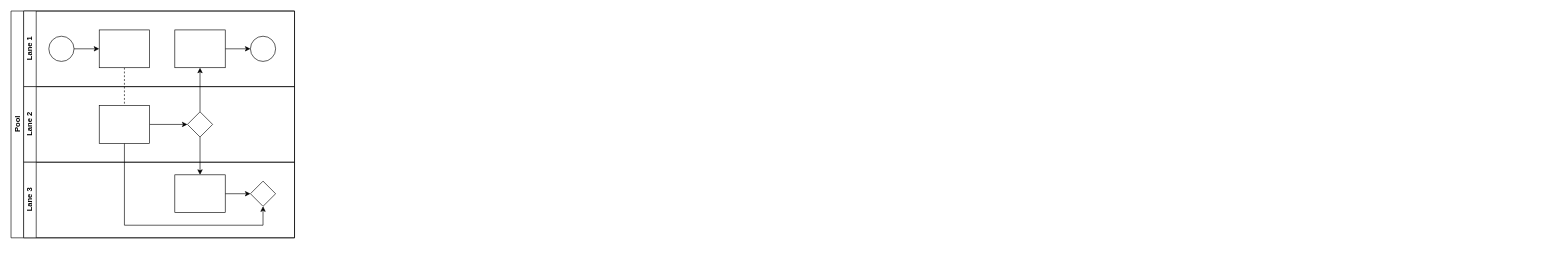
Before: Untitled Diagram.drawio in focusonmee/Java-Core, a draw.io diagram. Source tidied: cells renumbered, new cells numbered last; positions are measured from the earlier drawing's top-left corner, leaving out a move shared by most shapes. Both pictures are drawn from the tidied source at 63%, with x=0, y=0 at pixel (11, 11).
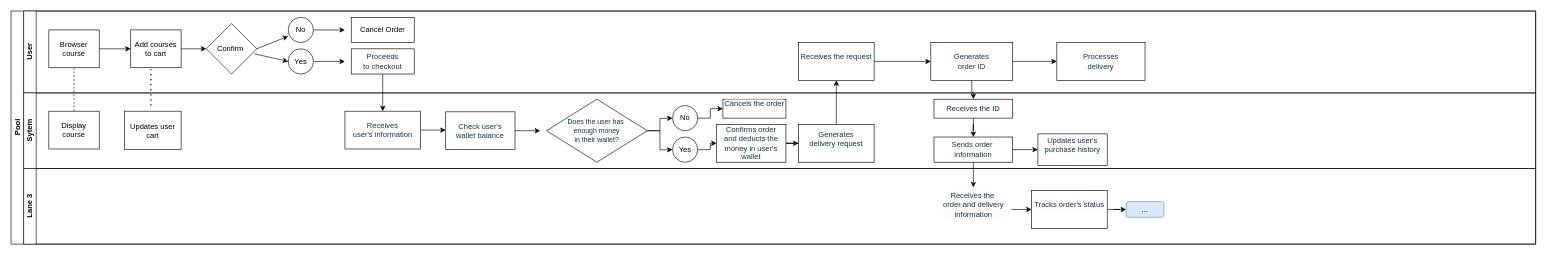
Above is the later version.

What changed in the source:
```diff
@@
     <mxCell id="2" value="Pool" style="swimlane;html=1;horizontal=0;startSize=20;" parent="1" vertex="1">
-      <mxGeometry width="450" height="360" as="geometry" />
+      <mxGeometry width="2420" height="370" as="geometry" />
     </mxCell>
@@
-    <mxCell id="4" style="edgeStyle=orthogonalEdgeStyle;rounded=0;jettySize=auto;html=1;endArrow=classic;endFill=1;" parent="2" edge="1" source="17" target="12">
-      <mxGeometry relative="1" as="geometry" />
-    </mxCell>
-    <mxCell id="5" style="edgeStyle=orthogonalEdgeStyle;rounded=0;jettySize=auto;html=1;endArrow=classic;endFill=1;" parent="2" edge="1" source="17" target="20">
-      <mxGeometry relative="1" as="geometry" />
-    </mxCell>
-    <mxCell id="6" style="edgeStyle=orthogonalEdgeStyle;rounded=0;jettySize=auto;html=1;endArrow=classic;endFill=1;" parent="2" edge="1" source="16" target="21">
-      <mxGeometry relative="1" as="geometry">
-        <Array as="points">
-          <mxPoint x="180" y="340" />
-          <mxPoint x="400" y="340" />
-        </Array>
-      </mxGeometry>
-    </mxCell>
-    <mxCell id="7" value="Lane 1" style="swimlane;html=1;startSize=20;horizontal=0;" parent="2" vertex="1">
-      <mxGeometry x="20" width="430" height="120" as="geometry" />
+    <mxCell id="7" value="User" style="swimlane;html=1;startSize=20;horizontal=0;" parent="2" vertex="1">
+      <mxGeometry x="20" width="2400" height="130" as="geometry" />
     </mxCell>
-    <mxCell id="8" style="edgeStyle=orthogonalEdgeStyle;rounded=0;jettySize=auto;html=1;" parent="7" edge="1" source="9" target="10">
-      <mxGeometry relative="1" as="geometry" />
-    </mxCell>
-    <mxCell id="9" style="ellipse;whiteSpace=wrap;html=1;" parent="7" vertex="1">
-      <mxGeometry x="40" y="40" width="40" height="40" as="geometry" />
-    </mxCell>
+    <mxCell id="22" style="edgeStyle=orthogonalEdgeStyle;rounded=0;jettySize=auto;html=1;exitX=1;exitY=0.5;exitDx=0;exitDy=0;entryX=0;entryY=0.5;entryDx=0;entryDy=0;" parent="7" edge="1" source="10" target="12">
+      <mxGeometry relative="1" as="geometry" />
+    </mxCell>
-    <mxCell id="10" style="rounded=0;whiteSpace=wrap;html=1;fontFamily=Helvetica;fontSize=12;fontColor=#000000;align=center;" parent="7" vertex="1">
-      <mxGeometry x="120" y="30" width="80" height="60" as="geometry" />
+    <mxCell id="10" value="Browser course" style="rounded=0;whiteSpace=wrap;html=1;fontFamily=Helvetica;fontSize=12;fontColor=#000000;align=center;" parent="7" vertex="1">
+      <mxGeometry x="40" y="30" width="80" height="60" as="geometry" />
     </mxCell>
-    <mxCell id="11" style="edgeStyle=orthogonalEdgeStyle;rounded=0;jettySize=auto;html=1;endArrow=classic;endFill=1;" parent="7" edge="1" source="12" target="13">
-      <mxGeometry relative="1" as="geometry" />
-    </mxCell>
-    <mxCell id="12" style="rounded=0;whiteSpace=wrap;html=1;fontFamily=Helvetica;fontSize=12;fontColor=#000000;align=center;" parent="7" vertex="1">
-      <mxGeometry x="240" y="30" width="80" height="60" as="geometry" />
+    <mxCell id="12" value="Add courses to cart" style="rounded=0;whiteSpace=wrap;html=1;fontFamily=Helvetica;fontSize=12;fontColor=#000000;align=center;" parent="7" vertex="1">
+      <mxGeometry x="170" y="30" width="80" height="60" as="geometry" />
     </mxCell>
-    <mxCell id="13" style="ellipse;whiteSpace=wrap;html=1;" parent="7" vertex="1">
-      <mxGeometry x="360" y="40" width="40" height="40" as="geometry" />
-    </mxCell>
+    <mxCell id="23" value="Confirm&amp;nbsp;" style="rhombus;whiteSpace=wrap;html=1;" parent="7" vertex="1">
+      <mxGeometry x="290" y="20" width="80" height="80" as="geometry" />
+    </mxCell>
+    <mxCell id="24" value="No" style="ellipse;whiteSpace=wrap;html=1;" parent="7" vertex="1">
+      <mxGeometry x="420" y="10" width="40" height="40" as="geometry" />
+    </mxCell>
+    <mxCell id="25" value="Yes" style="ellipse;whiteSpace=wrap;html=1;" parent="7" vertex="1">
+      <mxGeometry x="420" y="60" width="40" height="40" as="geometry" />
+    </mxCell>
+    <mxCell id="26" value="Cancel Order" style="rounded=0;whiteSpace=wrap;html=1;" parent="7" vertex="1">
+      <mxGeometry x="520" y="10" width="100" height="40" as="geometry" />
+    </mxCell>
+    <mxCell id="27" value="&lt;span style=&quot;color: rgb(20, 54, 66);&quot;&gt;Proceeds&lt;/span&gt;&lt;div style=&quot;color: rgb(20, 54, 66);&quot;&gt;to checkout&lt;/div&gt;" style="rounded=0;whiteSpace=wrap;html=1;" parent="7" vertex="1">
+      <mxGeometry x="520" y="60" width="100" height="40" as="geometry" />
+    </mxCell>
+    <mxCell id="28" value="&#10;&lt;span style=&quot;color: rgb(20, 54, 66); font-family: Helvetica; font-size: 12px; font-style: normal; font-variant-ligatures: normal; font-variant-caps: normal; font-weight: 400; letter-spacing: normal; orphans: 2; text-align: center; text-indent: 0px; text-transform: none; widows: 2; word-spacing: 0px; -webkit-text-stroke-width: 0px; white-space: normal; background-color: rgb(251, 251, 251); text-decoration-thickness: initial; text-decoration-style: initial; text-decoration-color: initial; display: inline !important; float: none;&quot;&gt;Receives the request&lt;/span&gt;&#10;&#10;" style="rounded=0;whiteSpace=wrap;html=1;" parent="7" vertex="1">
+      <mxGeometry x="1230" y="50" width="120" height="60" as="geometry" />
+    </mxCell>
+    <mxCell id="29" value="&lt;span style=&quot;color: rgb(20, 54, 66);&quot;&gt;Generates&lt;/span&gt;&lt;div style=&quot;color: rgb(20, 54, 66);&quot;&gt;order ID&lt;/div&gt;" style="rounded=0;whiteSpace=wrap;html=1;" parent="7" vertex="1">
+      <mxGeometry x="1440" y="50" width="130" height="60" as="geometry" />
+    </mxCell>
+    <mxCell id="30" style="edgeStyle=orthogonalEdgeStyle;rounded=0;jettySize=auto;html=1;" parent="7" edge="1" source="28" target="29">
+      <mxGeometry relative="1" as="geometry" />
+    </mxCell>
+    <mxCell id="31" value="&lt;span style=&quot;color: rgb(20, 54, 66);&quot;&gt;Processes&lt;/span&gt;&lt;div style=&quot;color: rgb(20, 54, 66);&quot;&gt;delivery&lt;/div&gt;" style="rounded=0;whiteSpace=wrap;html=1;" parent="7" vertex="1">
+      <mxGeometry x="1640" y="50" width="140" height="60" as="geometry" />
+    </mxCell>
+    <mxCell id="32" style="edgeStyle=orthogonalEdgeStyle;rounded=0;jettySize=auto;html=1;" parent="7" edge="1" source="29" target="31">
+      <mxGeometry relative="1" as="geometry" />
+    </mxCell>
-    <mxCell id="14" value="Lane 2" style="swimlane;html=1;startSize=20;horizontal=0;" parent="2" vertex="1">
-      <mxGeometry x="20" y="120" width="430" height="120" as="geometry" />
+    <mxCell id="14" value="Sytem" style="swimlane;html=1;startSize=20;horizontal=0;" parent="2" vertex="1">
+      <mxGeometry x="20" y="130" width="2400" height="120" as="geometry" />
     </mxCell>
-    <mxCell id="15" style="edgeStyle=orthogonalEdgeStyle;rounded=0;jettySize=auto;html=1;endArrow=classic;endFill=1;" parent="14" edge="1" source="16" target="17">
-      <mxGeometry relative="1" as="geometry" />
-    </mxCell>
-    <mxCell id="16" style="rounded=0;whiteSpace=wrap;html=1;fontFamily=Helvetica;fontSize=12;fontColor=#000000;align=center;" parent="14" vertex="1">
-      <mxGeometry x="120" y="30" width="80" height="60" as="geometry" />
+    <mxCell id="16" value="Display course" style="rounded=0;whiteSpace=wrap;html=1;fontFamily=Helvetica;fontSize=12;fontColor=#000000;align=center;" parent="14" vertex="1">
+      <mxGeometry x="40" y="29" width="80" height="60" as="geometry" />
     </mxCell>
-    <mxCell id="17" style="rhombus;whiteSpace=wrap;html=1;fontFamily=Helvetica;fontSize=12;fontColor=#000000;align=center;" parent="14" vertex="1">
-      <mxGeometry x="260" y="40" width="40" height="40" as="geometry" />
-    </mxCell>
+    <mxCell id="33" value="Updates user cart" style="rounded=0;whiteSpace=wrap;html=1;" parent="14" vertex="1">
+      <mxGeometry x="160" y="29" width="90" height="61" as="geometry" />
+    </mxCell>
+    <mxCell id="34" style="edgeStyle=orthogonalEdgeStyle;rounded=0;jettySize=auto;html=1;" parent="14" edge="1" source="35">
+      <mxGeometry relative="1" as="geometry">
+        <mxPoint x="670" y="59" as="targetPoint" />
+      </mxGeometry>
+    </mxCell>
+    <mxCell id="35" value="&lt;span style=&quot;color: rgb(20, 54, 66);&quot;&gt;Receives&lt;/span&gt;&lt;div style=&quot;color: rgb(20, 54, 66);&quot;&gt;user's information&lt;/div&gt;" style="rounded=0;whiteSpace=wrap;html=1;" parent="14" vertex="1">
+      <mxGeometry x="510" y="29" width="120" height="60" as="geometry" />
+    </mxCell>
+    <mxCell id="36" style="edgeStyle=orthogonalEdgeStyle;rounded=0;jettySize=auto;html=1;" parent="14" edge="1" source="37">
+      <mxGeometry relative="1" as="geometry">
+        <mxPoint x="820" y="60" as="targetPoint" />
+      </mxGeometry>
+    </mxCell>
+    <mxCell id="37" value="&lt;span style=&quot;color: rgb(20, 54, 66);&quot;&gt;Check user's&lt;/span&gt;&lt;div style=&quot;color: rgb(20, 54, 66);&quot;&gt;wallet balance&lt;/div&gt;" style="rounded=0;whiteSpace=wrap;html=1;" parent="14" vertex="1">
+      <mxGeometry x="670" y="30" width="110" height="60" as="geometry" />
+    </mxCell>
+    <mxCell id="38" style="edgeStyle=orthogonalEdgeStyle;rounded=0;jettySize=auto;html=1;exitX=1;exitY=0.5;exitDx=0;exitDy=0;" parent="14" edge="1" source="40">
+      <mxGeometry relative="1" as="geometry">
+        <mxPoint x="1030" y="40" as="targetPoint" />
+      </mxGeometry>
+    </mxCell>
+    <mxCell id="39" style="edgeStyle=orthogonalEdgeStyle;rounded=0;jettySize=auto;html=1;exitX=1;exitY=0.5;exitDx=0;exitDy=0;" parent="14" edge="1" source="40">
+      <mxGeometry relative="1" as="geometry">
+        <mxPoint x="1030" y="90" as="targetPoint" />
+      </mxGeometry>
+    </mxCell>
+    <mxCell id="40" value="&lt;font style=&quot;color: rgb(20, 54, 66); font-size: 11px;&quot;&gt;Does the user has&amp;nbsp;&lt;/font&gt;&lt;div style=&quot;color: rgb(20, 54, 66);&quot;&gt;&lt;font style=&quot;font-size: 11px;&quot;&gt;enough money&lt;/font&gt;&lt;/div&gt;&lt;div style=&quot;color: rgb(20, 54, 66);&quot;&gt;&lt;font style=&quot;font-size: 11px;&quot;&gt;in their wallet?&lt;/font&gt;&lt;/div&gt;" style="rhombus;whiteSpace=wrap;html=1;" parent="14" vertex="1">
+      <mxGeometry x="830" y="10" width="160" height="100" as="geometry" />
+    </mxCell>
+    <mxCell id="41" value="No" style="ellipse;whiteSpace=wrap;html=1;" parent="14" vertex="1">
+      <mxGeometry x="1030" y="20" width="40" height="40" as="geometry" />
+    </mxCell>
+    <mxCell id="42" value="Yes" style="ellipse;whiteSpace=wrap;html=1;" parent="14" vertex="1">
+      <mxGeometry x="1030" y="70" width="40" height="40" as="geometry" />
+    </mxCell>
+    <mxCell id="43" value="&#10;&lt;span style=&quot;color: rgb(20, 54, 66); font-family: Helvetica; font-size: 12px; font-style: normal; font-variant-ligatures: normal; font-variant-caps: normal; font-weight: 400; letter-spacing: normal; orphans: 2; text-align: center; text-indent: 0px; text-transform: none; widows: 2; word-spacing: 0px; -webkit-text-stroke-width: 0px; white-space: normal; background-color: rgb(251, 251, 251); text-decoration-thickness: initial; text-decoration-style: initial; text-decoration-color: initial; display: inline !important; float: none;&quot;&gt;Generates&lt;/span&gt;&lt;div style=&quot;forced-color-adjust: none; color: rgb(20, 54, 66); font-family: Helvetica; font-size: 12px; font-style: normal; font-variant-ligatures: normal; font-variant-caps: normal; font-weight: 400; letter-spacing: normal; orphans: 2; text-align: center; text-indent: 0px; text-transform: none; widows: 2; word-spacing: 0px; -webkit-text-stroke-width: 0px; white-space: normal; background-color: rgb(251, 251, 251); text-decoration-thickness: initial; text-decoration-style: initial; text-decoration-color: initial;&quot;&gt;delivery&amp;nbsp;&lt;span style=&quot;forced-color-adjust: none; background-color: transparent; color: light-dark(rgb(20, 54, 66), rgb(173, 202, 213));&quot;&gt;request&lt;/span&gt;&lt;/div&gt;&#10;&#10;" style="rounded=0;whiteSpace=wrap;html=1;" parent="14" vertex="1">
+      <mxGeometry x="1230" y="50" width="120" height="60" as="geometry" />
+    </mxCell>
+    <mxCell id="44" value="&lt;span style=&quot;color: rgb(20, 54, 66);&quot;&gt;Receives the ID&lt;/span&gt;" style="rounded=0;whiteSpace=wrap;html=1;" parent="14" vertex="1">
+      <mxGeometry x="1445" y="10" width="125" height="30" as="geometry" />
+    </mxCell>
+    <mxCell id="45" value="&lt;span style=&quot;color: rgb(20, 54, 66);&quot;&gt;Sends order&amp;nbsp;&lt;/span&gt;&lt;div style=&quot;color: rgb(20, 54, 66);&quot;&gt;information&lt;/div&gt;" style="rounded=0;whiteSpace=wrap;html=1;" parent="14" vertex="1">
+      <mxGeometry x="1445" y="70" width="125" height="40" as="geometry" />
+    </mxCell>
+    <mxCell id="46" style="edgeStyle=orthogonalEdgeStyle;rounded=0;jettySize=auto;html=1;" parent="14" edge="1" source="44" target="45">
+      <mxGeometry relative="1" as="geometry" />
+    </mxCell>
+    <mxCell id="47" value="&#10;&lt;span style=&quot;color: rgb(20, 54, 66); font-family: Helvetica; font-size: 12px; font-style: normal; font-variant-ligatures: normal; font-variant-caps: normal; font-weight: 400; letter-spacing: normal; orphans: 2; text-align: center; text-indent: 0px; text-transform: none; widows: 2; word-spacing: 0px; -webkit-text-stroke-width: 0px; white-space: normal; background-color: rgb(251, 251, 251); text-decoration-thickness: initial; text-decoration-style: initial; text-decoration-color: initial; display: inline !important; float: none;&quot;&gt;Updates user's&lt;/span&gt;&lt;div style=&quot;forced-color-adjust: none; color: rgb(20, 54, 66); font-family: Helvetica; font-size: 12px; font-style: normal; font-variant-ligatures: normal; font-variant-caps: normal; font-weight: 400; letter-spacing: normal; orphans: 2; text-align: center; text-indent: 0px; text-transform: none; widows: 2; word-spacing: 0px; -webkit-text-stroke-width: 0px; white-space: normal; background-color: rgb(251, 251, 251); text-decoration-thickness: initial; text-decoration-style: initial; text-decoration-color: initial;&quot;&gt;purchase history&lt;/div&gt;&#10;&#10;" style="rounded=0;whiteSpace=wrap;html=1;" parent="14" vertex="1">
+      <mxGeometry x="1610" y="65" width="110" height="50" as="geometry" />
+    </mxCell>
+    <mxCell id="48" style="edgeStyle=orthogonalEdgeStyle;rounded=0;jettySize=auto;html=1;" parent="14" edge="1" source="45" target="47">
+      <mxGeometry relative="1" as="geometry" />
+    </mxCell>
     <mxCell id="18" value="Lane 3" style="swimlane;html=1;startSize=20;horizontal=0;" parent="2" vertex="1">
-      <mxGeometry x="20" y="240" width="430" height="120" as="geometry" />
+      <mxGeometry x="20" y="250" width="2400" height="120" as="geometry" />
     </mxCell>
-    <mxCell id="19" style="edgeStyle=orthogonalEdgeStyle;rounded=0;jettySize=auto;html=1;endArrow=classic;endFill=1;" parent="18" edge="1" source="20" target="21">
-      <mxGeometry relative="1" as="geometry" />
-    </mxCell>
-    <mxCell id="20" style="rounded=0;whiteSpace=wrap;html=1;fontFamily=Helvetica;fontSize=12;fontColor=#000000;align=center;" parent="18" vertex="1">
-      <mxGeometry x="240" y="20" width="80" height="60" as="geometry" />
-    </mxCell>
-    <mxCell id="21" style="rhombus;whiteSpace=wrap;html=1;fontFamily=Helvetica;fontSize=12;fontColor=#000000;align=center;" parent="18" vertex="1">
-      <mxGeometry x="360" y="30" width="40" height="40" as="geometry" />
-    </mxCell>
+    <mxCell id="49" style="edgeStyle=orthogonalEdgeStyle;rounded=0;jettySize=auto;html=1;" parent="18" edge="1" source="50">
+      <mxGeometry relative="1" as="geometry">
+        <mxPoint x="1600" y="65" as="targetPoint" />
+      </mxGeometry>
+    </mxCell>
+    <mxCell id="50" value="&#10;&lt;span style=&quot;color: rgb(20, 54, 66); font-family: Helvetica; font-size: 12px; font-style: normal; font-variant-ligatures: normal; font-variant-caps: normal; font-weight: 400; letter-spacing: normal; orphans: 2; text-align: center; text-indent: 0px; text-transform: none; widows: 2; word-spacing: 0px; -webkit-text-stroke-width: 0px; white-space: normal; background-color: rgb(251, 251, 251); text-decoration-thickness: initial; text-decoration-style: initial; text-decoration-color: initial; display: inline !important; float: none;&quot;&gt;Receives the&amp;nbsp;&lt;/span&gt;&lt;div style=&quot;forced-color-adjust: none; color: rgb(20, 54, 66); font-family: Helvetica; font-size: 12px; font-style: normal; font-variant-ligatures: normal; font-variant-caps: normal; font-weight: 400; letter-spacing: normal; orphans: 2; text-align: center; text-indent: 0px; text-transform: none; widows: 2; word-spacing: 0px; -webkit-text-stroke-width: 0px; white-space: normal; background-color: rgb(251, 251, 251); text-decoration-thickness: initial; text-decoration-style: initial; text-decoration-color: initial;&quot;&gt;order and delivery&lt;/div&gt;&lt;div style=&quot;forced-color-adjust: none; color: rgb(20, 54, 66); font-family: Helvetica; font-size: 12px; font-style: normal; font-variant-ligatures: normal; font-variant-caps: normal; font-weight: 400; letter-spacing: normal; orphans: 2; text-align: center; text-indent: 0px; text-transform: none; widows: 2; word-spacing: 0px; -webkit-text-stroke-width: 0px; white-space: normal; background-color: rgb(251, 251, 251); text-decoration-thickness: initial; text-decoration-style: initial; text-decoration-color: initial;&quot;&gt;information&lt;/div&gt;&#10;&#10;" style="rounded=0;whiteSpace=wrap;html=1;strokeColor=none;" parent="18" vertex="1">
+      <mxGeometry x="1447.5" y="30" width="120" height="70" as="geometry" />
+    </mxCell>
+    <mxCell id="51" value="&#10;&lt;span style=&quot;color: rgb(20, 54, 66); font-family: Helvetica; font-size: 12px; font-style: normal; font-variant-ligatures: normal; font-variant-caps: normal; font-weight: 400; letter-spacing: normal; orphans: 2; text-align: center; text-indent: 0px; text-transform: none; widows: 2; word-spacing: 0px; -webkit-text-stroke-width: 0px; white-space: normal; background-color: rgb(251, 251, 251); text-decoration-thickness: initial; text-decoration-style: initial; text-decoration-color: initial; display: inline !important; float: none;&quot;&gt;Tracks order's status&lt;/span&gt;&#10;&#10;" style="rounded=0;whiteSpace=wrap;html=1;" parent="18" vertex="1">
+      <mxGeometry x="1600" y="35" width="120" height="60" as="geometry" />
+    </mxCell>
+    <mxCell id="52" value="..." style="rounded=1;whiteSpace=wrap;html=1;fillColor=#dae8fc;strokeColor=#6c8ebf;" parent="18" vertex="1">
+      <mxGeometry x="1750" y="52.5" width="60" height="25" as="geometry" />
+    </mxCell>
+    <mxCell id="53" style="edgeStyle=orthogonalEdgeStyle;rounded=0;jettySize=auto;html=1;" parent="18" edge="1" source="51" target="52">
+      <mxGeometry relative="1" as="geometry" />
+    </mxCell>
+    <mxCell id="54" style="edgeStyle=orthogonalEdgeStyle;rounded=0;jettySize=auto;html=1;exitX=0.5;exitY=1;exitDx=0;exitDy=0;" parent="2" edge="1" source="27" target="35">
+      <mxGeometry relative="1" as="geometry" />
+    </mxCell>
+    <mxCell id="55" style="edgeStyle=orthogonalEdgeStyle;rounded=0;jettySize=auto;html=1;" parent="2" edge="1" source="43" target="28">
+      <mxGeometry relative="1" as="geometry" />
+    </mxCell>
+    <mxCell id="56" style="edgeStyle=orthogonalEdgeStyle;rounded=0;jettySize=auto;html=1;" parent="2" edge="1" source="29" target="44">
+      <mxGeometry relative="1" as="geometry" />
+    </mxCell>
+    <mxCell id="57" style="edgeStyle=orthogonalEdgeStyle;rounded=0;jettySize=auto;html=1;" parent="2" edge="1" source="45" target="50">
+      <mxGeometry relative="1" as="geometry" />
+    </mxCell>
+    <mxCell id="58" style="endArrow=none;dashed=1;html=1;dashPattern=1 3;strokeWidth=2;rounded=0;entryX=0.4;entryY=1.043;entryDx=0;entryDy=0;entryPerimeter=0;" parent="1" edge="1" target="12">
+      <mxGeometry relative="1" as="geometry">
+        <mxPoint x="222" y="150" as="sourcePoint" />
+      </mxGeometry>
+    </mxCell>
+    <mxCell id="59" style="endArrow=classic;html=1;rounded=0;exitX=1;exitY=0.5;exitDx=0;exitDy=0;" parent="1" edge="1" source="12">
+      <mxGeometry relative="1" as="geometry">
+        <mxPoint x="310" y="60" as="targetPoint" />
+      </mxGeometry>
+    </mxCell>
+    <mxCell id="60" style="endArrow=classic;html=1;rounded=0;exitX=1;exitY=0.5;exitDx=0;exitDy=0;" parent="1" edge="1" source="23">
+      <mxGeometry relative="1" as="geometry">
+        <mxPoint x="440" y="40" as="targetPoint" />
+      </mxGeometry>
+    </mxCell>
+    <mxCell id="61" style="endArrow=classic;html=1;rounded=0;exitX=0.95;exitY=0.598;exitDx=0;exitDy=0;exitPerimeter=0;" parent="1" edge="1" source="23">
+      <mxGeometry relative="1" as="geometry">
+        <mxPoint x="440" y="80" as="targetPoint" />
+      </mxGeometry>
+    </mxCell>
+    <mxCell id="62" style="endArrow=classic;html=1;rounded=0;exitX=1;exitY=0.5;exitDx=0;exitDy=0;" parent="1" edge="1" source="24">
+      <mxGeometry relative="1" as="geometry">
+        <mxPoint x="530" y="30" as="targetPoint" />
+      </mxGeometry>
+    </mxCell>
+    <mxCell id="63" style="endArrow=classic;html=1;rounded=0;exitX=1;exitY=0.5;exitDx=0;exitDy=0;" parent="1" edge="1" source="25">
+      <mxGeometry relative="1" as="geometry">
+        <mxPoint x="530" y="80" as="targetPoint" />
+      </mxGeometry>
+    </mxCell>
+    <mxCell id="64" value="&#10;&lt;span style=&quot;color: rgb(20, 54, 66); font-family: Helvetica; font-size: 12px; font-style: normal; font-variant-ligatures: normal; font-variant-caps: normal; font-weight: 400; letter-spacing: normal; orphans: 2; text-align: center; text-indent: 0px; text-transform: none; widows: 2; word-spacing: 0px; -webkit-text-stroke-width: 0px; white-space: normal; background-color: rgb(251, 251, 251); text-decoration-thickness: initial; text-decoration-style: initial; text-decoration-color: initial; display: inline !important; float: none;&quot;&gt;Cancels the order&lt;/span&gt;&#10;&#10;" style="rounded=0;whiteSpace=wrap;html=1;" parent="1" vertex="1">
+      <mxGeometry x="1130" y="140" width="100" height="30" as="geometry" />
+    </mxCell>
+    <mxCell id="65" style="edgeStyle=orthogonalEdgeStyle;rounded=0;jettySize=auto;html=1;" parent="1" edge="1" source="41" target="64">
+      <mxGeometry relative="1" as="geometry" />
+    </mxCell>
+    <mxCell id="66" style="edgeStyle=orthogonalEdgeStyle;rounded=0;jettySize=auto;html=1;" parent="1" edge="1" source="67" target="43">
+      <mxGeometry relative="1" as="geometry" />
+    </mxCell>
+    <mxCell id="67" value="&lt;span style=&quot;color: rgb(20, 54, 66);&quot;&gt;Confirms order&lt;/span&gt;&lt;div style=&quot;color: rgb(20, 54, 66);&quot;&gt;and deducts the money in user's wallet&lt;/div&gt;" style="rounded=0;whiteSpace=wrap;html=1;" parent="1" vertex="1">
+      <mxGeometry x="1120" y="180" width="110" height="60" as="geometry" />
+    </mxCell>
+    <mxCell id="68" style="edgeStyle=orthogonalEdgeStyle;rounded=0;jettySize=auto;html=1;" parent="1" edge="1" source="42" target="67">
+      <mxGeometry relative="1" as="geometry" />
+    </mxCell>
```
